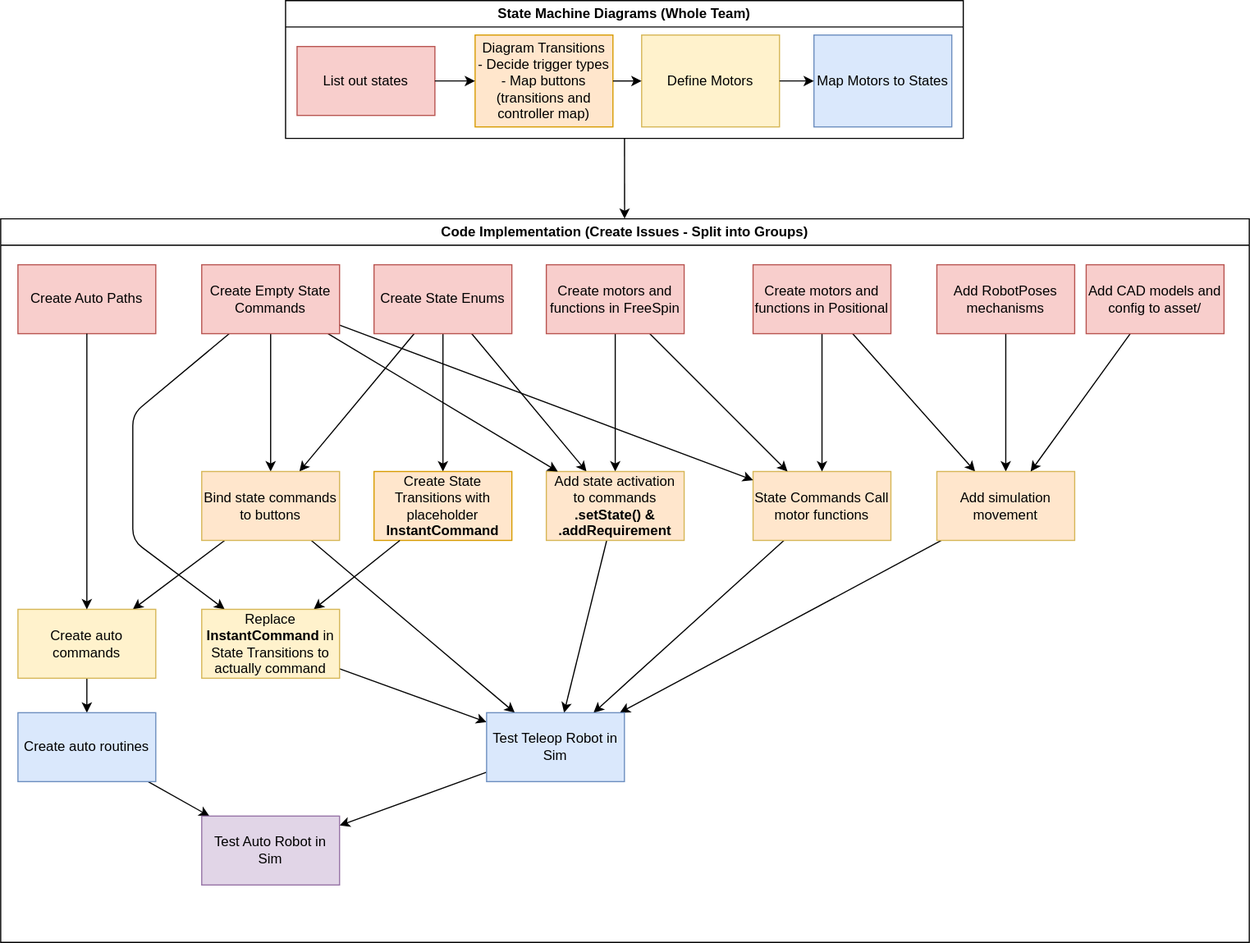
FRCTeam3255/2026_Offbot_Code keeps this draw.io diagram as design/program_order.drawio.svg. Above is the earlier version. Source tidied: cells renumbered, new cells last; positions are measured from the earlier drawing's top-left corner, leaving out a move shared by most shapes.
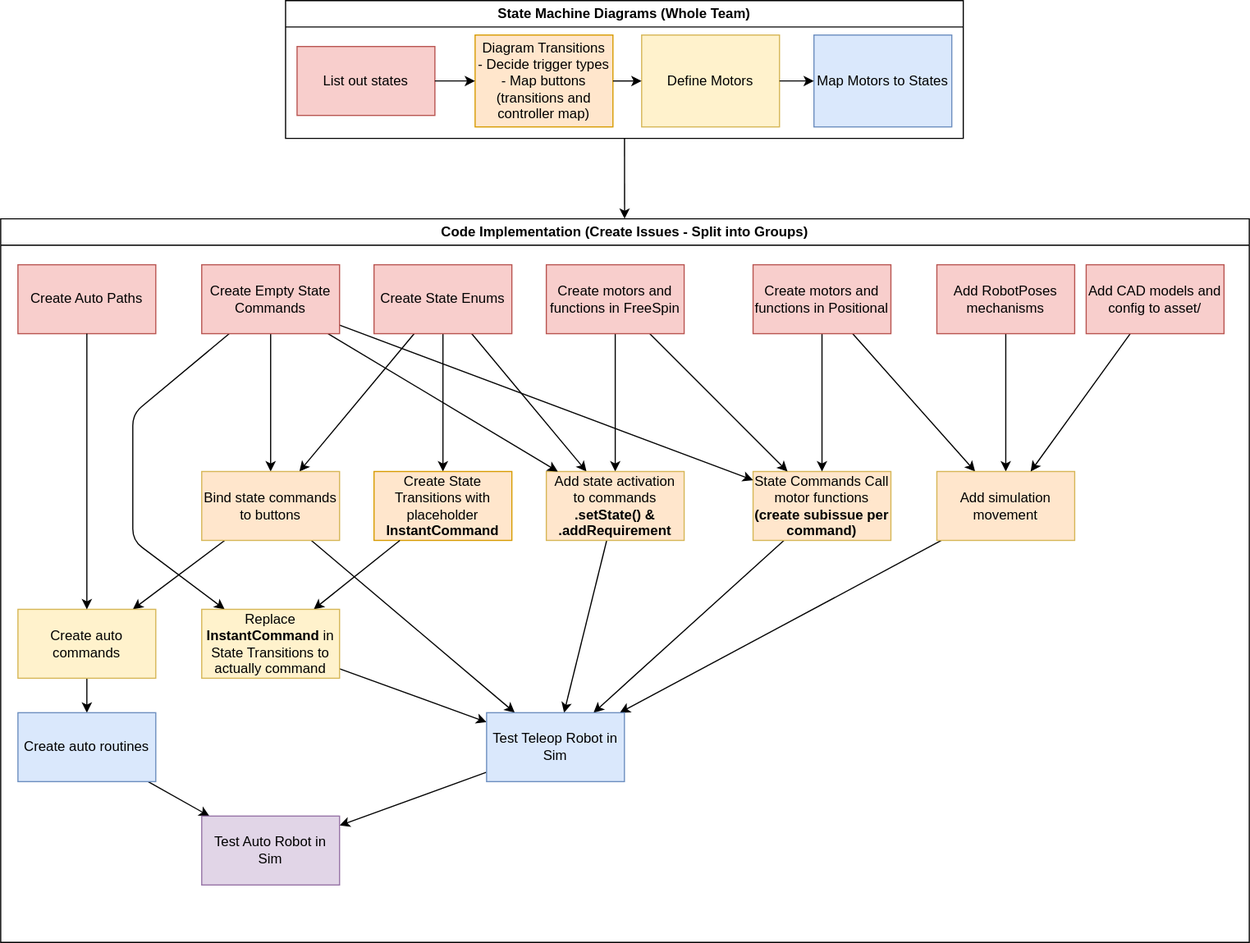
After the change.

Commit message:
add create subisssues per pr

The edit, as a diff of the source:
```diff
@@ -56,7 +56,7 @@
     <mxCell id="19" style="edgeStyle=none;html=1;" parent="11" edge="1" source="20" target="41">
       <mxGeometry relative="1" as="geometry" />
     </mxCell>
-    <mxCell id="20" value="State Commands Call motor functions" style="whiteSpace=wrap;html=1;fillColor=#FFE6CC;strokeColor=#d6b656;" parent="11" vertex="1">
+    <mxCell id="20" value="State Commands Call motor functions&lt;div&gt;&lt;b&gt;(create subissue per command)&lt;/b&gt;&lt;/div&gt;" style="whiteSpace=wrap;html=1;fillColor=#FFE6CC;strokeColor=#d6b656;" parent="11" vertex="1">
       <mxGeometry x="655" y="220" width="120" height="60" as="geometry" />
     </mxCell>
     <mxCell id="21" style="edgeStyle=none;html=1;" parent="11" edge="1" source="23" target="20">
```
